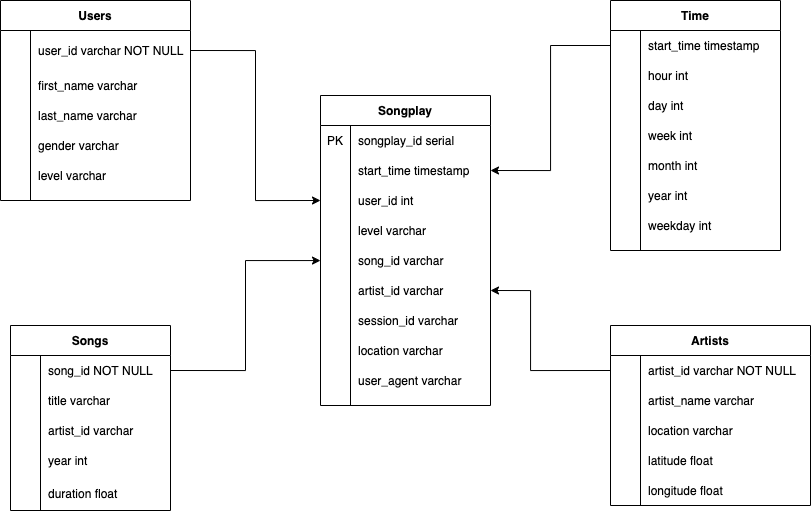
The draw.io diagram Star_schema.png in vegapunk-hiroshi/project1_postgres, before a commit. Source tidied: cells renumbered, new cells last; positions are measured from the earlier drawing's top-left corner, leaving out a move shared by most shapes.
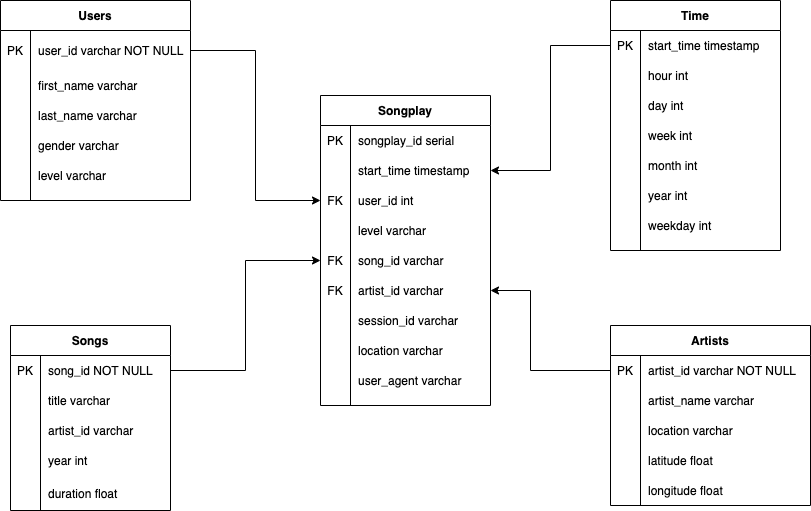
After the change.

Change to the diagram source:
```diff
@@ -29,7 +29,7 @@
     <mxCell id="10" style="shape=partialRectangle;fillColor=none;points=[[0,0.5],[1,0.5]];portConstraint=eastwest;top=0;left=0;right=0;bottom=0;" parent="3" vertex="1">
       <mxGeometry y="90" width="170" height="30" as="geometry" />
     </mxCell>
-    <mxCell id="11" style="shape=partialRectangle;overflow=hidden;fillColor=none;top=0;left=0;bottom=0;right=0;" parent="10" vertex="1">
+    <mxCell id="11" value="FK" style="shape=partialRectangle;overflow=hidden;fillColor=none;top=0;left=0;bottom=0;right=0;" parent="10" vertex="1">
       <mxGeometry width="30" height="30" as="geometry" />
     </mxCell>
     <mxCell id="12" value="user_id int" style="shape=partialRectangle;overflow=hidden;fillColor=none;top=0;left=0;bottom=0;right=0;align=left;spacingLeft=6;" parent="10" vertex="1">
@@ -47,7 +47,7 @@
     <mxCell id="16" style="shape=partialRectangle;fillColor=none;points=[[0,0.5],[1,0.5]];portConstraint=eastwest;top=0;left=0;right=0;bottom=0;" parent="3" vertex="1">
       <mxGeometry y="150" width="170" height="30" as="geometry" />
     </mxCell>
-    <mxCell id="17" style="shape=partialRectangle;overflow=hidden;fillColor=none;top=0;left=0;bottom=0;right=0;" parent="16" vertex="1">
+    <mxCell id="17" value="FK" style="shape=partialRectangle;overflow=hidden;fillColor=none;top=0;left=0;bottom=0;right=0;" parent="16" vertex="1">
       <mxGeometry width="30" height="30" as="geometry" />
     </mxCell>
     <mxCell id="18" value="song_id varchar" style="shape=partialRectangle;overflow=hidden;fillColor=none;top=0;left=0;bottom=0;right=0;align=left;spacingLeft=6;" parent="16" vertex="1">
@@ -56,7 +56,7 @@
     <mxCell id="19" style="shape=partialRectangle;fillColor=none;points=[[0,0.5],[1,0.5]];portConstraint=eastwest;top=0;left=0;right=0;bottom=0;" parent="3" vertex="1">
       <mxGeometry y="180" width="170" height="30" as="geometry" />
     </mxCell>
-    <mxCell id="20" style="shape=partialRectangle;overflow=hidden;fillColor=none;top=0;left=0;bottom=0;right=0;" parent="19" vertex="1">
+    <mxCell id="20" value="FK" style="shape=partialRectangle;overflow=hidden;fillColor=none;top=0;left=0;bottom=0;right=0;" parent="19" vertex="1">
       <mxGeometry width="30" height="30" as="geometry" />
     </mxCell>
     <mxCell id="21" value="artist_id varchar" style="shape=partialRectangle;overflow=hidden;fillColor=none;top=0;left=0;bottom=0;right=0;align=left;spacingLeft=6;" parent="19" vertex="1">
@@ -109,7 +109,7 @@
     <mxCell id="35" style="shape=partialRectangle;fillColor=none;points=[[0,0.5],[1,0.5]];portConstraint=eastwest;top=0;left=0;right=0;bottom=0;" parent="34" vertex="1">
       <mxGeometry y="30" width="170" height="30" as="geometry" />
     </mxCell>
-    <mxCell id="36" style="shape=partialRectangle;overflow=hidden;fillColor=none;top=0;left=0;bottom=0;right=0;" parent="35" vertex="1">
+    <mxCell id="36" value="PK" style="shape=partialRectangle;overflow=hidden;fillColor=none;top=0;left=0;bottom=0;right=0;" parent="35" vertex="1">
       <mxGeometry width="30" height="30" as="geometry" />
     </mxCell>
     <mxCell id="37" value="start_time timestamp" style="shape=partialRectangle;overflow=hidden;fillColor=none;top=0;left=0;bottom=0;right=0;align=left;spacingLeft=6;" parent="35" vertex="1">
@@ -175,7 +175,7 @@
     <mxCell id="57" style="shape=partialRectangle;fillColor=none;points=[[0,0.5],[1,0.5]];portConstraint=eastwest;top=0;left=0;right=0;bottom=0;" parent="56" vertex="1">
       <mxGeometry y="30" width="200" height="30" as="geometry" />
     </mxCell>
-    <mxCell id="58" style="shape=partialRectangle;overflow=hidden;fillColor=none;top=0;left=0;bottom=0;right=0;" parent="57" vertex="1">
+    <mxCell id="58" value="PK" style="shape=partialRectangle;overflow=hidden;fillColor=none;top=0;left=0;bottom=0;right=0;" parent="57" vertex="1">
       <mxGeometry width="30" height="30" as="geometry" />
     </mxCell>
     <mxCell id="59" value="artist_id varchar NOT NULL" style="shape=partialRectangle;overflow=hidden;fillColor=none;top=0;left=0;bottom=0;right=0;align=left;spacingLeft=6;" parent="57" vertex="1">
@@ -223,7 +223,7 @@
     <mxCell id="73" style="shape=partialRectangle;fillColor=none;points=[[0,0.5],[1,0.5]];portConstraint=eastwest;top=0;left=0;right=0;bottom=0;" parent="72" vertex="1">
       <mxGeometry y="30" width="190" height="40" as="geometry" />
     </mxCell>
-    <mxCell id="74" style="shape=partialRectangle;overflow=hidden;fillColor=none;top=0;left=0;bottom=0;right=0;" parent="73" vertex="1">
+    <mxCell id="74" value="PK" style="shape=partialRectangle;overflow=hidden;fillColor=none;top=0;left=0;bottom=0;right=0;" parent="73" vertex="1">
       <mxGeometry width="30" height="40" as="geometry" />
     </mxCell>
     <mxCell id="75" value="user_id varchar NOT NULL" style="shape=partialRectangle;overflow=hidden;fillColor=none;top=0;left=0;bottom=0;right=0;align=left;spacingLeft=6;" parent="73" vertex="1">
@@ -271,7 +271,7 @@
     <mxCell id="89" style="shape=partialRectangle;fillColor=none;points=[[0,0.5],[1,0.5]];portConstraint=eastwest;top=0;left=0;right=0;bottom=0;" parent="88" vertex="1">
       <mxGeometry y="30" width="160" height="30" as="geometry" />
     </mxCell>
-    <mxCell id="90" style="shape=partialRectangle;overflow=hidden;fillColor=none;top=0;left=0;bottom=0;right=0;" parent="89" vertex="1">
+    <mxCell id="90" value="PK" style="shape=partialRectangle;overflow=hidden;fillColor=none;top=0;left=0;bottom=0;right=0;" parent="89" vertex="1">
       <mxGeometry width="30" height="30" as="geometry" />
     </mxCell>
     <mxCell id="91" value="song_id NOT NULL" style="shape=partialRectangle;overflow=hidden;fillColor=none;top=0;left=0;bottom=0;right=0;align=left;spacingLeft=6;" parent="89" vertex="1">
```
